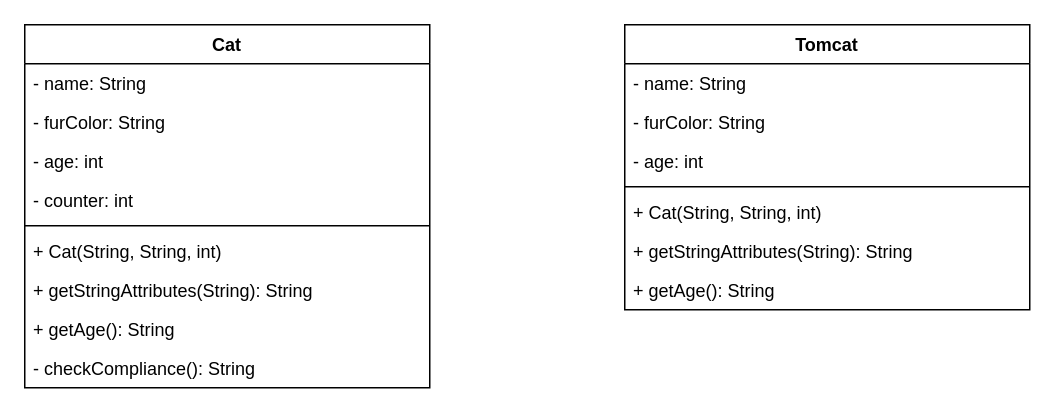
The draw.io diagram page "Cat/Tomcat" (3 of 4) of klassendiagramm.drawio in 01-PP-NAD-CC/03_Inheritance_Vererbung, before the edit. Source tidied: cells renumbered, new cells numbered last; positions are measured from the earlier drawing's top-left corner, leaving out a move shared by most shapes. Both pictures are drawn from the tidied source at 150%, with x=0, y=0 at pixel (24, 24).
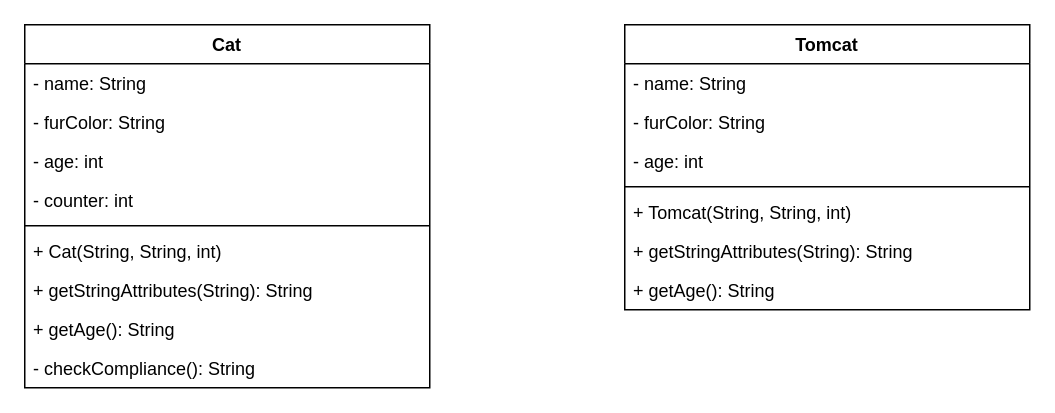
The same diagram, later.

The edit, as a diff of the source:
```diff
@@
 <mxGraphModel>
   <root>
     <mxCell id="0" />
     <mxCell id="1" parent="0" />
     <mxCell id="2" value="Cat" style="swimlane;fontStyle=1;align=center;verticalAlign=top;horizontal=1;startSize=26;" parent="1" vertex="1">
       <mxGeometry width="270" height="242" as="geometry" />
     </mxCell>
     <mxCell id="3" value="- name: String" style="text;strokeColor=none;fillColor=none;align=left;verticalAlign=top;spacingLeft=4;spacingRight=4;overflow=hidden;" parent="2" vertex="1">
       <mxGeometry y="26" width="270" height="26" as="geometry" />
     </mxCell>
     <mxCell id="4" value="- furColor: String" style="text;strokeColor=none;fillColor=none;align=left;verticalAlign=top;spacingLeft=4;spacingRight=4;overflow=hidden;" parent="2" vertex="1">
       <mxGeometry y="52" width="270" height="26" as="geometry" />
     </mxCell>
     <mxCell id="5" value="- age: int" style="text;strokeColor=none;fillColor=none;align=left;verticalAlign=top;spacingLeft=4;spacingRight=4;overflow=hidden;" parent="2" vertex="1">
       <mxGeometry y="78" width="270" height="26" as="geometry" />
     </mxCell>
     <mxCell id="6" value="- counter: int" style="text;strokeColor=none;fillColor=none;align=left;verticalAlign=top;spacingLeft=4;spacingRight=4;overflow=hidden;" parent="2" vertex="1">
       <mxGeometry y="104" width="270" height="26" as="geometry" />
     </mxCell>
     <mxCell id="7" style="line;strokeWidth=1;fillColor=none;align=left;verticalAlign=middle;spacingTop=-1;spacingLeft=3;spacingRight=3;labelPosition=right;strokeColor=inherit;" parent="2" vertex="1">
       <mxGeometry y="130" width="270" height="8" as="geometry" />
     </mxCell>
     <mxCell id="8" value="+ Cat(String, String, int)" style="text;strokeColor=none;fillColor=none;align=left;verticalAlign=top;spacingLeft=4;spacingRight=4;overflow=hidden;" parent="2" vertex="1">
       <mxGeometry y="138" width="270" height="26" as="geometry" />
     </mxCell>
     <mxCell id="9" value="+ getStringAttributes(String): String" style="text;strokeColor=none;fillColor=none;align=left;verticalAlign=top;spacingLeft=4;spacingRight=4;overflow=hidden;" parent="2" vertex="1">
       <mxGeometry y="164" width="270" height="26" as="geometry" />
     </mxCell>
     <mxCell id="10" value="+ getAge(): String" style="text;strokeColor=none;fillColor=none;align=left;verticalAlign=top;spacingLeft=4;spacingRight=4;overflow=hidden;" parent="2" vertex="1">
       <mxGeometry y="190" width="270" height="26" as="geometry" />
     </mxCell>
     <mxCell id="11" value="- checkCompliance(): String" style="text;strokeColor=none;fillColor=none;align=left;verticalAlign=top;spacingLeft=4;spacingRight=4;overflow=hidden;" parent="2" vertex="1">
       <mxGeometry y="216" width="270" height="26" as="geometry" />
     </mxCell>
     <mxCell id="12" value="Tomcat" style="swimlane;fontStyle=1;align=center;verticalAlign=top;horizontal=1;startSize=26;" parent="1" vertex="1">
       <mxGeometry x="400" width="270" height="190" as="geometry" />
     </mxCell>
     <mxCell id="13" value="- name: String" style="text;strokeColor=none;fillColor=none;align=left;verticalAlign=top;spacingLeft=4;spacingRight=4;overflow=hidden;" parent="12" vertex="1">
       <mxGeometry y="26" width="270" height="26" as="geometry" />
     </mxCell>
     <mxCell id="14" value="- furColor: String" style="text;strokeColor=none;fillColor=none;align=left;verticalAlign=top;spacingLeft=4;spacingRight=4;overflow=hidden;" parent="12" vertex="1">
       <mxGeometry y="52" width="270" height="26" as="geometry" />
     </mxCell>
     <mxCell id="15" value="- age: int" style="text;strokeColor=none;fillColor=none;align=left;verticalAlign=top;spacingLeft=4;spacingRight=4;overflow=hidden;" parent="12" vertex="1">
       <mxGeometry y="78" width="270" height="26" as="geometry" />
     </mxCell>
     <mxCell id="16" style="line;strokeWidth=1;fillColor=none;align=left;verticalAlign=middle;spacingTop=-1;spacingLeft=3;spacingRight=3;labelPosition=right;strokeColor=inherit;" parent="12" vertex="1">
       <mxGeometry y="104" width="270" height="8" as="geometry" />
     </mxCell>
-    <mxCell id="17" value="+ Cat(String, String, int)" style="text;strokeColor=none;fillColor=none;align=left;verticalAlign=top;spacingLeft=4;spacingRight=4;overflow=hidden;" parent="12" vertex="1">
+    <mxCell id="17" value="+ Tomcat(String, String, int)" style="text;strokeColor=none;fillColor=none;align=left;verticalAlign=top;spacingLeft=4;spacingRight=4;overflow=hidden;" parent="12" vertex="1">
       <mxGeometry y="112" width="270" height="26" as="geometry" />
     </mxCell>
     <mxCell id="18" value="+ getStringAttributes(String): String" style="text;strokeColor=none;fillColor=none;align=left;verticalAlign=top;spacingLeft=4;spacingRight=4;overflow=hidden;" parent="12" vertex="1">
       <mxGeometry y="138" width="270" height="26" as="geometry" />
     </mxCell>
     <mxCell id="19" value="+ getAge(): String" style="text;strokeColor=none;fillColor=none;align=left;verticalAlign=top;spacingLeft=4;spacingRight=4;overflow=hidden;" parent="12" vertex="1">
       <mxGeometry y="164" width="270" height="26" as="geometry" />
     </mxCell>
   </root>
 </mxGraphModel>
```
